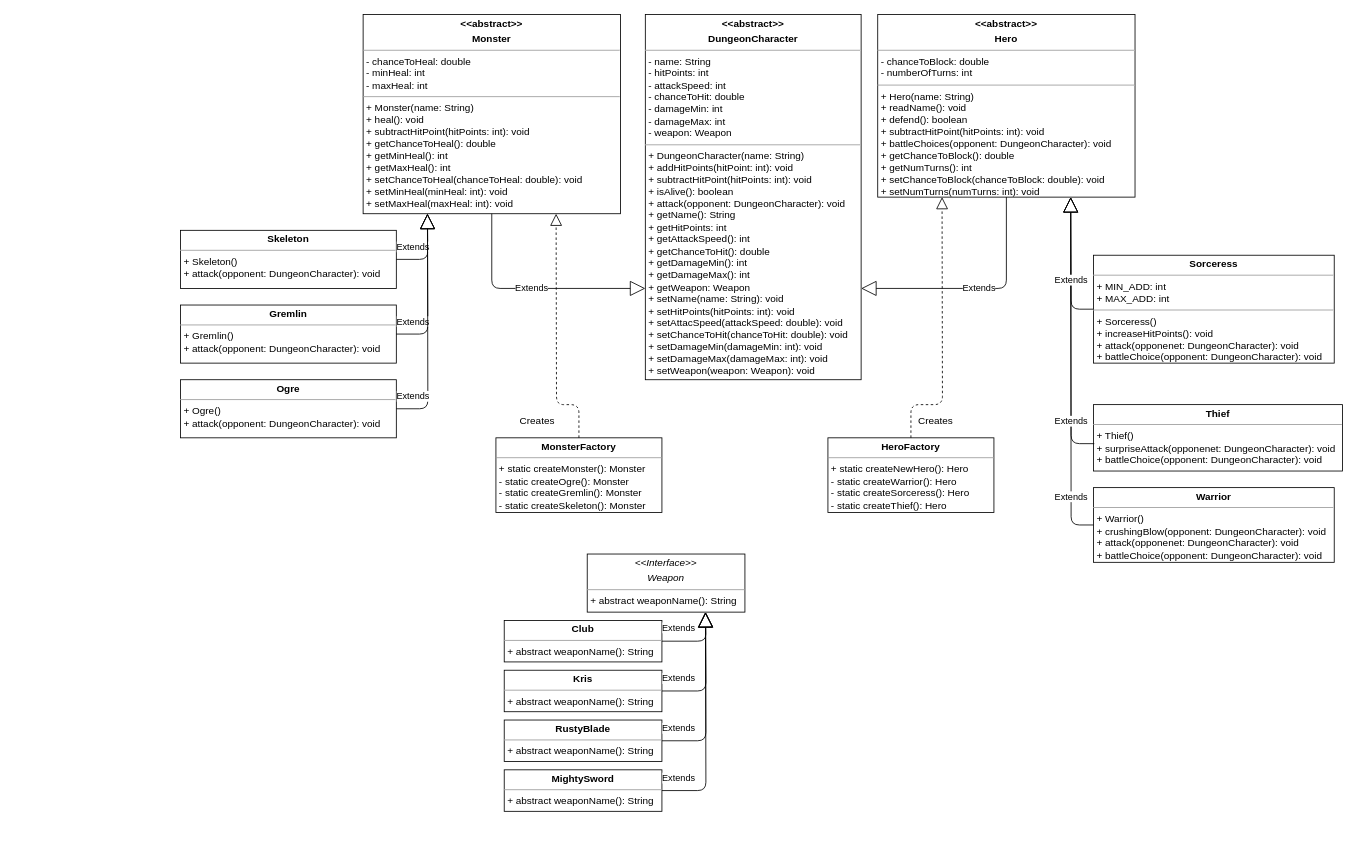
dcox2005/DungeonAdventure keeps this draw.io diagram as DungeonAdventureUML.drawio. Above is the earlier version. Source tidied: cells renumbered, new cells numbered last; positions are measured from the earlier drawing's top-left corner, leaving out a move shared by most shapes. Both pictures are drawn from the tidied source at 83%, with x=0, y=0 at pixel (180, 14).
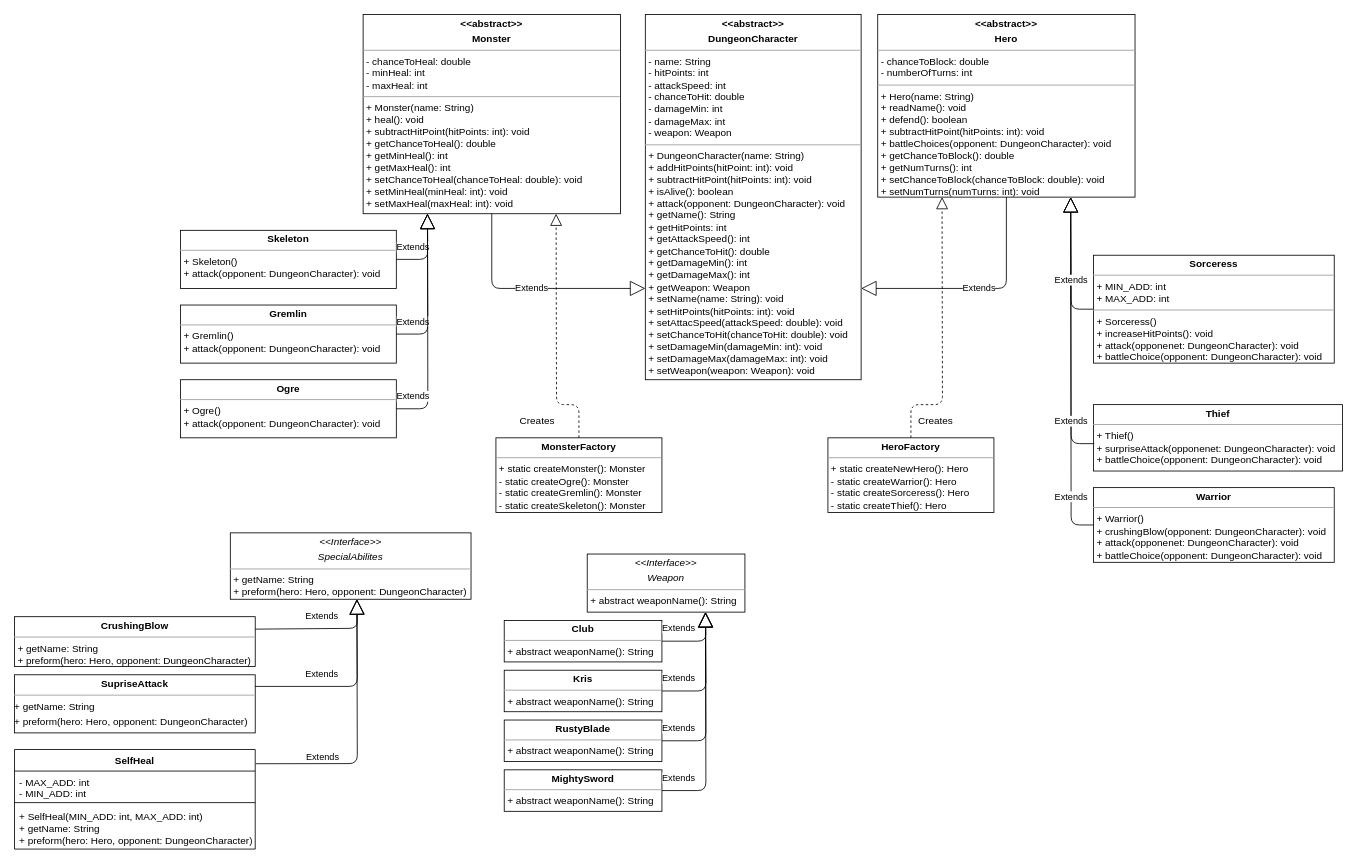
The same diagram, later.

Commit message:
Updated UML Diogram with SpecialAbility Interface

What changed in the source:
```diff
@@
+    <mxCell id="34" value="&lt;p style=&quot;margin: 4px 0px 0px ; text-align: center&quot;&gt;&lt;i&gt;&amp;lt;&amp;lt;Interface&amp;gt;&amp;gt;&lt;/i&gt;&lt;/p&gt;&lt;p style=&quot;margin: 4px 0px 0px ; text-align: center&quot;&gt;&lt;i&gt;SpecialAbilites&lt;/i&gt;&lt;/p&gt;&lt;hr size=&quot;1&quot;&gt;&lt;p style=&quot;margin: 0px 0px 0px 4px&quot;&gt;&lt;span&gt;+ getName: String&lt;/span&gt;&lt;br&gt;&lt;/p&gt;&lt;p style=&quot;margin: 0px 0px 0px 4px&quot;&gt;+&amp;nbsp;preform(&lt;span class=&quot;s1&quot;&gt;hero: Hero&lt;/span&gt;,&amp;nbsp;&lt;span class=&quot;s1&quot;&gt;opponent: DungeonCharacter)&lt;/span&gt;&lt;/p&gt;" style="verticalAlign=top;align=left;overflow=fill;fontSize=12;fontFamily=Helvetica;html=1;" parent="1" vertex="1">
+      <mxGeometry x="60" y="624.5" width="290" height="80" as="geometry" />
+    </mxCell>
+    <mxCell id="35" value="&lt;p style=&quot;margin: 4px 0px 0px ; text-align: center&quot;&gt;&lt;span&gt;&lt;b&gt;CrushingBlow&lt;/b&gt;&lt;/span&gt;&lt;br&gt;&lt;/p&gt;&lt;hr size=&quot;1&quot;&gt;&lt;p style=&quot;margin: 0px 0px 0px 4px&quot;&gt;+ getName: String&lt;/p&gt;&lt;p style=&quot;margin: 0px 0px 0px 4px&quot;&gt;+&amp;nbsp;&lt;span&gt;preform(&lt;/span&gt;&lt;span class=&quot;s1&quot;&gt;hero: Hero&lt;/span&gt;&lt;span&gt;,&amp;nbsp;&lt;/span&gt;&lt;span class=&quot;s1&quot;&gt;opponent: DungeonCharacter)&lt;/span&gt;&lt;/p&gt;" style="verticalAlign=top;align=left;overflow=fill;fontSize=12;fontFamily=Helvetica;html=1;" parent="1" vertex="1">
+      <mxGeometry x="-200" y="725.5" width="290" height="60" as="geometry" />
+    </mxCell>
+    <mxCell id="36" value="&lt;p style=&quot;margin: 4px 0px 0px ; text-align: center&quot;&gt;&lt;b&gt;SupriseAttack&lt;/b&gt;&lt;/p&gt;&lt;hr size=&quot;1&quot;&gt;&lt;p style=&quot;margin: 4px 0px 0px&quot;&gt;&lt;span&gt;+ getName: String&lt;/span&gt;&lt;/p&gt;&lt;p style=&quot;margin: 4px 0px 0px&quot;&gt;&lt;span&gt;+&amp;nbsp;preform(&lt;/span&gt;&lt;span class=&quot;s1&quot;&gt;hero: Hero&lt;/span&gt;&lt;span&gt;,&amp;nbsp;&lt;/span&gt;&lt;span class=&quot;s1&quot;&gt;opponent: DungeonCharacter)&lt;/span&gt;&lt;/p&gt;" style="verticalAlign=top;align=left;overflow=fill;fontSize=12;fontFamily=Helvetica;html=1;" parent="1" vertex="1">
+      <mxGeometry x="-200" y="795.5" width="290" height="70" as="geometry" />
+    </mxCell>
+    <mxCell id="37" value="Extends" style="endArrow=block;endSize=16;endFill=0;html=1;entryX=0.75;entryY=1;entryDx=0;entryDy=0;exitX=1;exitY=0.25;exitDx=0;exitDy=0;" parent="1" edge="1" source="35">
+      <mxGeometry x="0.75" y="43" relative="1" as="geometry">
+        <mxPoint x="212.5" y="704.5" as="targetPoint" />
+        <Array as="points">
+          <mxPoint x="213" y="739.5" />
+        </Array>
+      </mxGeometry>
+    </mxCell>
+    <mxCell id="38" value="Extends" style="endArrow=block;endSize=16;endFill=0;html=1;entryX=0.75;entryY=1;entryDx=0;entryDy=0;exitX=0.999;exitY=0.2;exitDx=0;exitDy=0;exitPerimeter=0;" parent="1" edge="1" source="36">
+      <mxGeometry x="-0.3" y="15" relative="1" as="geometry">
+        <mxPoint x="212.5" y="704.5" as="targetPoint" />
+        <Array as="points">
+          <mxPoint x="213" y="809.5" />
+        </Array>
+      </mxGeometry>
+    </mxCell>
+    <mxCell id="39" value="Extends" style="endArrow=block;endSize=16;endFill=0;html=1;entryX=0.75;entryY=1;entryDx=0;entryDy=0;exitX=1.002;exitY=0.143;exitDx=0;exitDy=0;exitPerimeter=0;" parent="1" edge="1" source="40">
+      <mxGeometry x="-0.5" y="8" relative="1" as="geometry">
+        <mxPoint x="212.5" y="704.5" as="targetPoint" />
+        <Array as="points">
+          <mxPoint x="213" y="902.5" />
+        </Array>
+      </mxGeometry>
+    </mxCell>
+    <mxCell id="40" value="SelfHeal" style="swimlane;fontStyle=1;align=center;verticalAlign=top;horizontal=1;startSize=26;" parent="1" vertex="1">
+      <mxGeometry x="-200" y="885.5" width="290" height="120" as="geometry" />
+    </mxCell>
+    <mxCell id="41" value="- MAX_ADD: int&#10;- MIN_ADD: int" style="text;strokeColor=none;fillColor=none;align=left;verticalAlign=top;spacingLeft=4;spacingRight=4;overflow=hidden;" parent="40" vertex="1">
+      <mxGeometry y="26" width="290" height="34" as="geometry" />
+    </mxCell>
+    <mxCell id="42" style="line;strokeWidth=1;fillColor=none;align=left;verticalAlign=middle;spacingTop=-1;spacingLeft=3;spacingRight=3;labelPosition=right;" parent="40" vertex="1">
+      <mxGeometry y="60" width="290" height="8" as="geometry" />
+    </mxCell>
+    <mxCell id="43" value="+ SelfHeal(MIN_ADD: int, MAX_ADD: int)&#10;+ getName: String&#10;+ preform(hero: Hero, opponent: DungeonCharacter)" style="text;strokeColor=none;fillColor=none;align=left;verticalAlign=top;spacingLeft=4;spacingRight=4;overflow=hidden;" parent="40" vertex="1">
+      <mxGeometry y="68" width="290" height="52" as="geometry" />
+    </mxCell>
```
